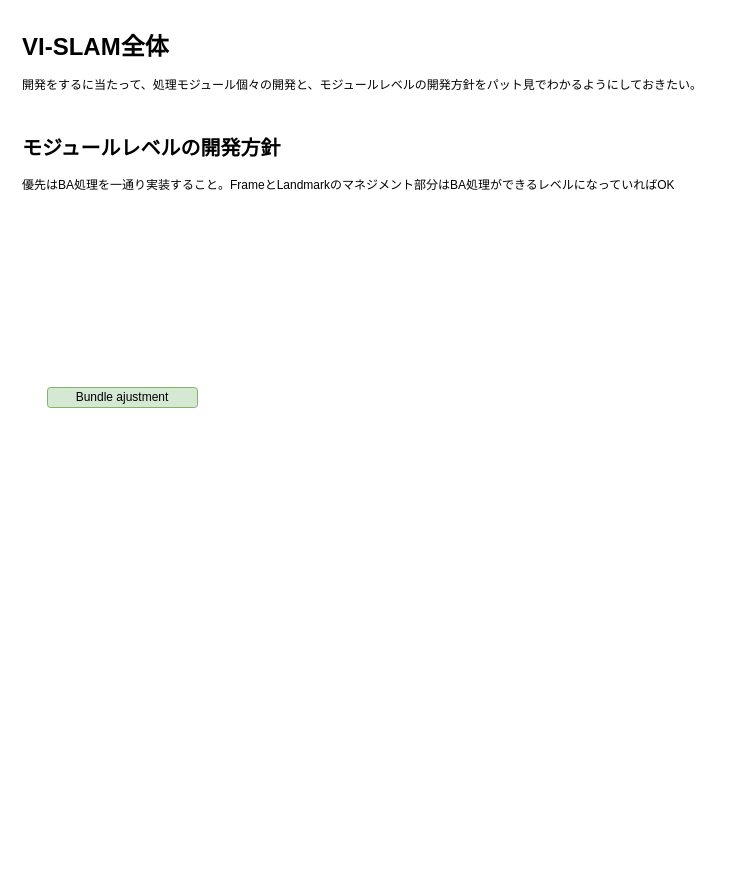
eryeden/vi-slam keeps this draw.io diagram as page "Overview" (1 of 6) of docs/vislam.drawio. Above is the earlier version. Source tidied: cells renumbered, new cells numbered last; positions are measured from the earlier drawing's top-left corner, leaving out a move shared by most shapes. Both pictures are drawn from the tidied source at 100%, with x=0, y=0 at pixel (17, 27).
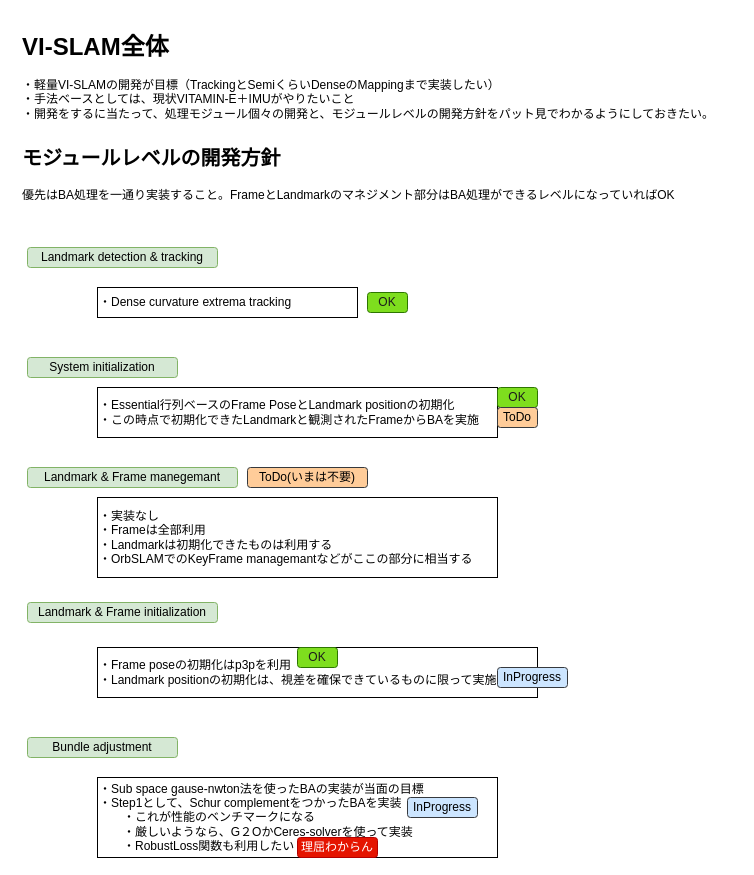
The same diagram, later.

Commit message:
Update vislam.drawio; mod overview

Diff of the diagram source:
```diff
@@
-    <mxCell id="2" value="&lt;h1&gt;VI-SLAM全体&lt;/h1&gt;&lt;div&gt;開発をするに当たって、処理モジュール個々の開発と、モジュールレベルの開発方針をパット見でわかるようにしておきたい。&lt;/div&gt;" style="text;html=1;strokeColor=none;fillColor=none;spacing=5;spacingTop=-20;whiteSpace=wrap;overflow=hidden;rounded=0;" parent="1" vertex="1">
-      <mxGeometry width="710" height="70" as="geometry" />
+    <mxCell id="2" value="&lt;h1&gt;VI-SLAM全体&lt;/h1&gt;&lt;div&gt;&lt;span&gt;・軽量VI-SLAMの開発が目標（TrackingとSemiくらいDenseのMappingまで実装したい）&lt;br&gt;・手法ベースとしては、現状VITAMIN-E＋IMUがやりたいこと&lt;/span&gt;&lt;/div&gt;&lt;div&gt;&lt;span&gt;・開発をするに当たって、処理モジュール個々の開発と、モジュールレベルの開発方針をパット見でわかるようにしておきたい。&lt;/span&gt;&lt;/div&gt;" style="text;html=1;strokeColor=none;fillColor=none;spacing=5;spacingTop=-20;whiteSpace=wrap;overflow=hidden;rounded=0;" parent="1" vertex="1">
+      <mxGeometry width="710" height="100" as="geometry" />
     </mxCell>
-    <mxCell id="3" value="Bundle ajustment" style="rounded=1;whiteSpace=wrap;html=1;fillColor=#d5e8d4;strokeColor=#82b366;" parent="1" vertex="1">
-      <mxGeometry x="30" y="360" width="150" height="20" as="geometry" />
+    <mxCell id="3" value="Bundle adjustment" style="rounded=1;whiteSpace=wrap;html=1;fillColor=#d5e8d4;strokeColor=#82b366;" parent="1" vertex="1">
+      <mxGeometry x="10" y="710" width="150" height="20" as="geometry" />
     </mxCell>
     <mxCell id="4" value="&lt;h1&gt;&lt;font style=&quot;font-size: 20px&quot;&gt;モジュールレベルの開発方針&lt;/font&gt;&lt;/h1&gt;&lt;p&gt;優先はBA処理を一通り実装すること。FrameとLandmarkのマネジメント部分はBA処理ができるレベルになっていればOK&lt;/p&gt;" style="text;html=1;strokeColor=none;fillColor=none;spacing=5;spacingTop=-20;whiteSpace=wrap;overflow=hidden;rounded=0;" parent="1" vertex="1">
-      <mxGeometry y="100" width="720" height="120" as="geometry" />
+      <mxGeometry y="110" width="720" height="120" as="geometry" />
     </mxCell>
+    <mxCell id="5" value="Landmark detection &amp;amp; tracking" style="rounded=1;whiteSpace=wrap;html=1;fillColor=#d5e8d4;strokeColor=#82b366;" parent="1" vertex="1">
+      <mxGeometry x="10" y="220" width="190" height="20" as="geometry" />
+    </mxCell>
+    <mxCell id="6" value="System initialization" style="rounded=1;whiteSpace=wrap;html=1;fillColor=#d5e8d4;strokeColor=#82b366;" parent="1" vertex="1">
+      <mxGeometry x="10" y="330" width="150" height="20" as="geometry" />
+    </mxCell>
+    <mxCell id="7" value="Landmark &amp;amp; Frame manegemant" style="rounded=1;whiteSpace=wrap;html=1;fillColor=#d5e8d4;strokeColor=#82b366;" parent="1" vertex="1">
+      <mxGeometry x="10" y="440" width="210" height="20" as="geometry" />
+    </mxCell>
+    <mxCell id="8" value="・Dense curvature extrema tracking" style="rounded=0;whiteSpace=wrap;html=1;align=left;" parent="1" vertex="1">
+      <mxGeometry x="80" y="260" width="260" height="30" as="geometry" />
+    </mxCell>
+    <mxCell id="9" value="・Essential行列ベースのFrame PoseとLandmark positionの初期化&lt;br&gt;・この時点で初期化できたLandmarkと観測されたFrameからBAを実施" style="rounded=0;whiteSpace=wrap;html=1;align=left;" parent="1" vertex="1">
+      <mxGeometry x="80" y="360" width="400" height="50" as="geometry" />
+    </mxCell>
+    <mxCell id="10" value="・実装なし&lt;br&gt;・Frameは全部利用&lt;br&gt;・Landmarkは初期化できたものは利用する&lt;br&gt;・OrbSLAMでのKeyFrame managemantなどがここの部分に相当する" style="rounded=0;whiteSpace=wrap;html=1;align=left;" parent="1" vertex="1">
+      <mxGeometry x="80" y="470" width="400" height="80" as="geometry" />
+    </mxCell>
+    <mxCell id="11" value="Landmark &amp;amp; Frame initialization" style="rounded=1;whiteSpace=wrap;html=1;fillColor=#d5e8d4;strokeColor=#82b366;" parent="1" vertex="1">
+      <mxGeometry x="10" y="575" width="190" height="20" as="geometry" />
+    </mxCell>
+    <mxCell id="12" value="・Frame poseの初期化はp3pを利用&lt;br&gt;・Landmark positionの初期化は、視差を確保できているものに限って実施" style="rounded=0;whiteSpace=wrap;html=1;align=left;" parent="1" vertex="1">
+      <mxGeometry x="80" y="620" width="440" height="50" as="geometry" />
+    </mxCell>
+    <mxCell id="13" value="・Sub space gause-nwton法を使ったBAの実装が当面の目標&lt;br&gt;・Step1として、Schur complementをつかったBAを実装&lt;br&gt;　　・これが性能のベンチマークになる&lt;br&gt;　　・厳しいようなら、G２OかCeres-solverを使って実装&lt;br&gt;　　・RobustLoss関数も利用したい" style="rounded=0;whiteSpace=wrap;html=1;align=left;" parent="1" vertex="1">
+      <mxGeometry x="80" y="750" width="400" height="80" as="geometry" />
+    </mxCell>
+    <mxCell id="14" value="理屈わからん" style="rounded=1;whiteSpace=wrap;html=1;align=center;fillColor=#e51400;strokeColor=#B20000;fontColor=#ffffff;" parent="1" vertex="1">
+      <mxGeometry x="280" y="810" width="80" height="20" as="geometry" />
+    </mxCell>
+    <mxCell id="15" value="OK" style="rounded=1;whiteSpace=wrap;html=1;align=center;fillColor=#7EDE1E;strokeColor=#2D7600;fontColor=#1C1C1C;" parent="1" vertex="1">
+      <mxGeometry x="480" y="360" width="40" height="20" as="geometry" />
+    </mxCell>
+    <mxCell id="16" value="ToDo" style="rounded=1;whiteSpace=wrap;html=1;align=center;fillColor=#ffcc99;strokeColor=#36393d;" parent="1" vertex="1">
+      <mxGeometry x="480" y="380" width="40" height="20" as="geometry" />
+    </mxCell>
+    <mxCell id="17" value="OK" style="rounded=1;whiteSpace=wrap;html=1;align=center;fillColor=#7EDE1E;strokeColor=#2D7600;fontColor=#1C1C1C;" parent="1" vertex="1">
+      <mxGeometry x="350" y="265" width="40" height="20" as="geometry" />
+    </mxCell>
+    <mxCell id="18" value="ToDo(いまは不要)" style="rounded=1;whiteSpace=wrap;html=1;align=center;fillColor=#ffcc99;strokeColor=#36393d;" parent="1" vertex="1">
+      <mxGeometry x="230" y="440" width="120" height="20" as="geometry" />
+    </mxCell>
+    <mxCell id="19" value="OK" style="rounded=1;whiteSpace=wrap;html=1;align=center;fillColor=#7EDE1E;strokeColor=#2D7600;fontColor=#1C1C1C;" parent="1" vertex="1">
+      <mxGeometry x="280" y="620" width="40" height="20" as="geometry" />
+    </mxCell>
+    <mxCell id="20" value="InProgress" style="rounded=1;whiteSpace=wrap;html=1;align=center;fillColor=#cce5ff;strokeColor=#36393d;" parent="1" vertex="1">
+      <mxGeometry x="390" y="770" width="70" height="20" as="geometry" />
+    </mxCell>
+    <mxCell id="21" value="InProgress" style="rounded=1;whiteSpace=wrap;html=1;align=center;fillColor=#cce5ff;strokeColor=#36393d;" parent="1" vertex="1">
+      <mxGeometry x="480" y="640" width="70" height="20" as="geometry" />
+    </mxCell>
```
